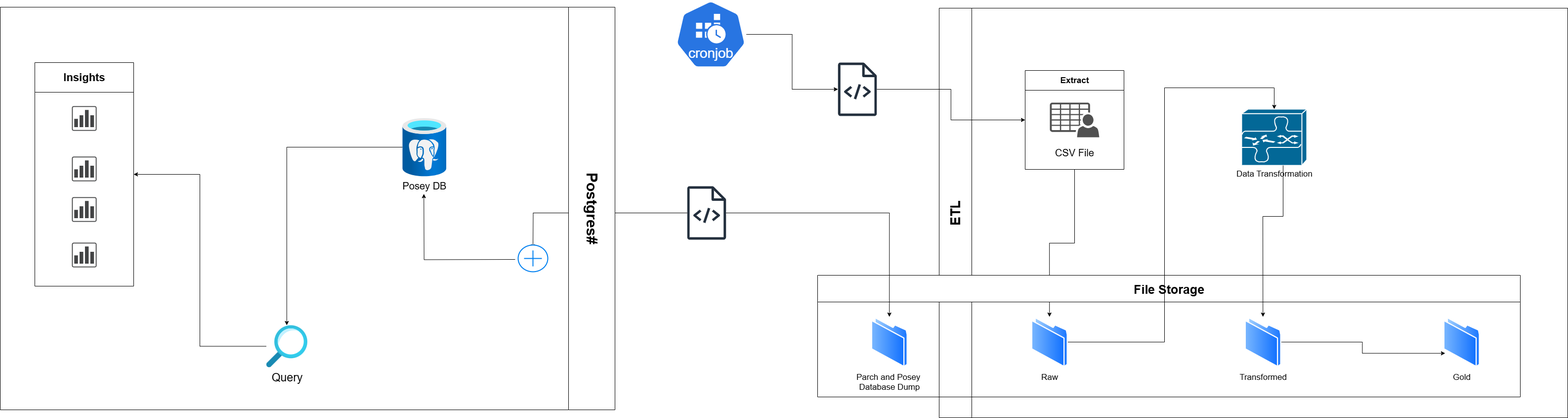
Above: bash-ql/pipeline.drawio.png in chik0di/cde-bootcamp (draw.io), before the change. Source tidied: cells renumbered, new cells last; positions are measured from the earlier drawing's top-left corner, leaving out a move shared by most shapes. The source it was exported from:
```xml
<mxGraphModel>
  <root>
    <mxCell id="0" />
    <mxCell id="1" parent="0" />
    <mxCell id="2" style="edgeStyle=orthogonalEdgeStyle;rounded=0;jettySize=auto;html=1;" parent="1" edge="1" source="3" target="19">
      <mxGeometry relative="1" as="geometry" />
    </mxCell>
    <mxCell id="3" style="sketch=0;html=1;dashed=0;whitespace=wrap;verticalLabelPosition=bottom;verticalAlign=top;fillColor=#2875E2;strokeColor=#ffffff;points=[[0.005,0.63,0],[0.1,0.2,0],[0.9,0.2,0],[0.5,0,0],[0.995,0.63,0],[0.72,0.99,0],[0.5,1,0],[0.28,0.99,0]];shape=mxgraph.kubernetes.icon2;kubernetesLabel=1;prIcon=cronjob;" parent="1" vertex="1">
      <mxGeometry x="1366" width="143.8" height="138" as="geometry" />
    </mxCell>
    <mxCell id="4" value="&lt;font style=&quot;font-size: 27px;&quot;&gt;ETL&lt;/font&gt;" style="swimlane;horizontal=0;whiteSpace=wrap;html=1;startSize=66;" parent="1" vertex="1">
      <mxGeometry x="1900" y="16" width="1272" height="828" as="geometry" />
    </mxCell>
    <mxCell id="5" style="edgeStyle=orthogonalEdgeStyle;rounded=0;jettySize=auto;html=1;entryX=0.5;entryY=0;entryDx=0;entryDy=0;" parent="4" edge="1" source="6" target="11">
      <mxGeometry relative="1" as="geometry" />
    </mxCell>
    <mxCell id="6" value="&lt;font style=&quot;font-size: 17px;&quot;&gt;Extract&lt;/font&gt;" style="swimlane;whiteSpace=wrap;html=1;startSize=40;" parent="4" vertex="1">
      <mxGeometry x="174" y="126" width="200" height="200" as="geometry" />
    </mxCell>
    <mxCell id="7" style="sketch=0;shadow=0;dashed=0;html=1;strokeColor=none;fillColor=#505050;labelPosition=center;verticalLabelPosition=bottom;verticalAlign=top;align=center;shape=mxgraph.office.users.csv_file;" parent="6" vertex="1">
      <mxGeometry x="50" y="65" width="100" height="70" as="geometry" />
    </mxCell>
    <mxCell id="8" value="&lt;font style=&quot;font-size: 20px;&quot;&gt;CSV File&lt;/font&gt;" style="text;html=1;align=center;verticalAlign=middle;whiteSpace=wrap;rounded=0;" parent="6" vertex="1">
      <mxGeometry x="50" y="150" width="100" height="30" as="geometry" />
    </mxCell>
    <mxCell id="9" value="&lt;font style=&quot;font-size: 25px;&quot;&gt;File Storage&lt;/font&gt;" style="swimlane;whiteSpace=wrap;html=1;startSize=54;" parent="4" vertex="1">
      <mxGeometry x="-246" y="540" width="1422" height="246" as="geometry" />
    </mxCell>
    <mxCell id="10" value="&lt;font style=&quot;font-size: 17px;&quot;&gt;Parch and Posey&amp;nbsp;&lt;/font&gt;&lt;div&gt;&lt;font style=&quot;font-size: 17px;&quot;&gt;Database Dump&lt;/font&gt;&lt;/div&gt;" style="image;perimeter=ellipsePerimeter;html=1;align=center;shadow=0;dashed=0;spacingTop=3;image=img/lib/active_directory/folder.svg;" parent="9" vertex="1">
      <mxGeometry x="108" y="84" width="74.5" height="102" as="geometry" />
    </mxCell>
    <mxCell id="11" value="&lt;font style=&quot;font-size: 17px;&quot;&gt;Raw&lt;/font&gt;" style="image;perimeter=ellipsePerimeter;html=1;align=center;shadow=0;dashed=0;spacingTop=3;image=img/lib/active_directory/folder.svg;" parent="4" vertex="1">
      <mxGeometry x="186" y="624" width="74.5" height="102" as="geometry" />
    </mxCell>
    <mxCell id="12" style="edgeStyle=orthogonalEdgeStyle;rounded=0;jettySize=auto;html=1;entryX=0;entryY=0.75;entryDx=0;entryDy=0;" parent="4" edge="1" source="13" target="14">
      <mxGeometry relative="1" as="geometry" />
    </mxCell>
    <mxCell id="13" value="&lt;font style=&quot;font-size: 17px;&quot;&gt;Transformed&lt;/font&gt;" style="image;perimeter=ellipsePerimeter;html=1;align=center;shadow=0;dashed=0;spacingTop=3;image=img/lib/active_directory/folder.svg;" parent="4" vertex="1">
      <mxGeometry x="618" y="624" width="74.5" height="102" as="geometry" />
    </mxCell>
    <mxCell id="14" value="&lt;font style=&quot;font-size: 17px;&quot;&gt;Gold&lt;/font&gt;" style="image;perimeter=ellipsePerimeter;html=1;align=center;shadow=0;dashed=0;spacingTop=3;image=img/lib/active_directory/folder.svg;" parent="4" vertex="1">
      <mxGeometry x="1020" y="624" width="74.5" height="102" as="geometry" />
    </mxCell>
    <mxCell id="15" value="&lt;font style=&quot;font-size: 17px;&quot;&gt;Data Transformation&lt;/font&gt;" style="shape=mxgraph.cisco.misc.transpath;html=1;dashed=0;fillColor=#036897;strokeColor=#ffffff;strokeWidth=2;verticalLabelPosition=bottom;verticalAlign=top;align=center;outlineConnect=0;" parent="4" vertex="1">
      <mxGeometry x="612" y="204" width="132" height="114" as="geometry" />
    </mxCell>
    <mxCell id="16" style="edgeStyle=orthogonalEdgeStyle;rounded=0;jettySize=auto;html=1;" parent="4" edge="1" source="11" target="15">
      <mxGeometry relative="1" as="geometry">
        <Array as="points">
          <mxPoint x="456" y="675" />
          <mxPoint x="456" y="161" />
        </Array>
      </mxGeometry>
    </mxCell>
    <mxCell id="17" style="edgeStyle=orthogonalEdgeStyle;rounded=0;jettySize=auto;html=1;" parent="4" edge="1" source="15" target="13">
      <mxGeometry relative="1" as="geometry">
        <Array as="points">
          <mxPoint x="696" y="421" />
          <mxPoint x="655" y="421" />
        </Array>
      </mxGeometry>
    </mxCell>
    <mxCell id="18" style="edgeStyle=orthogonalEdgeStyle;rounded=0;jettySize=auto;html=1;entryX=0;entryY=0.5;entryDx=0;entryDy=0;" parent="1" edge="1" source="19" target="6">
      <mxGeometry relative="1" as="geometry" />
    </mxCell>
    <mxCell id="19" style="sketch=0;outlineConnect=0;fontColor=#232F3E;gradientColor=none;fillColor=#232F3D;strokeColor=none;dashed=0;verticalLabelPosition=bottom;verticalAlign=top;align=center;html=1;fontSize=12;fontStyle=0;shape=mxgraph.aws4.source_code;" parent="1" vertex="1">
      <mxGeometry x="1695.1" y="126" width="78.9" height="108" as="geometry" />
    </mxCell>
    <mxCell id="20" style="edgeStyle=orthogonalEdgeStyle;rounded=0;jettySize=auto;html=1;entryX=1;entryY=0.5;entryDx=0;entryDy=0;" parent="1" edge="1" source="34" target="32">
      <mxGeometry relative="1" as="geometry" />
    </mxCell>
    <mxCell id="21" style="sketch=0;outlineConnect=0;fontColor=#232F3E;gradientColor=none;fillColor=#232F3D;strokeColor=none;dashed=0;verticalLabelPosition=bottom;verticalAlign=top;align=center;html=1;fontSize=12;fontStyle=0;shape=mxgraph.aws4.source_code;" parent="1" vertex="1">
      <mxGeometry x="1390" y="376" width="78.9" height="108" as="geometry" />
    </mxCell>
    <mxCell id="22" style="edgeStyle=orthogonalEdgeStyle;rounded=0;orthogonalLoop=1;jettySize=auto;html=1;" parent="1" edge="1">
      <mxGeometry relative="1" as="geometry">
        <mxPoint x="1042" y="524" as="sourcePoint" />
        <mxPoint x="857.2" y="391.5" as="targetPoint" />
      </mxGeometry>
    </mxCell>
    <mxCell id="23" style="edgeStyle=orthogonalEdgeStyle;rounded=0;jettySize=auto;html=1;" parent="1" edge="1" source="21">
      <mxGeometry relative="1" as="geometry">
        <mxPoint x="1078" y="502" as="targetPoint" />
      </mxGeometry>
    </mxCell>
    <mxCell id="24" style="edgeStyle=orthogonalEdgeStyle;rounded=0;jettySize=auto;html=1;" parent="1" edge="1" source="21" target="10">
      <mxGeometry relative="1" as="geometry" />
    </mxCell>
    <mxCell id="25" style="sketch=0;shadow=0;dashed=0;html=1;strokeColor=none;fillColor=#434445;labelPosition=center;verticalLabelPosition=bottom;verticalAlign=top;align=center;shape=mxgraph.vvd.vrealize_log_insight;" parent="1" vertex="1">
      <mxGeometry x="145" y="214" width="50" height="50" as="geometry" />
    </mxCell>
    <mxCell id="26" style="sketch=0;shadow=0;dashed=0;html=1;strokeColor=none;fillColor=#434445;labelPosition=center;verticalLabelPosition=bottom;verticalAlign=top;align=center;shape=mxgraph.vvd.vrealize_log_insight;" parent="1" vertex="1">
      <mxGeometry x="145" y="490" width="50" height="50" as="geometry" />
    </mxCell>
    <mxCell id="27" style="sketch=0;shadow=0;dashed=0;html=1;strokeColor=none;fillColor=#434445;labelPosition=center;verticalLabelPosition=bottom;verticalAlign=top;align=center;shape=mxgraph.vvd.vrealize_log_insight;" parent="1" vertex="1">
      <mxGeometry x="145" y="398" width="50" height="50" as="geometry" />
    </mxCell>
    <mxCell id="28" style="sketch=0;shadow=0;dashed=0;html=1;strokeColor=none;fillColor=#434445;labelPosition=center;verticalLabelPosition=bottom;verticalAlign=top;align=center;shape=mxgraph.vvd.vrealize_log_insight;" parent="1" vertex="1">
      <mxGeometry x="145" y="316" width="50" height="50" as="geometry" />
    </mxCell>
    <mxCell id="29" style="edgeStyle=orthogonalEdgeStyle;rounded=0;jettySize=auto;html=1;" parent="1" edge="1" source="30" target="34">
      <mxGeometry relative="1" as="geometry" />
    </mxCell>
    <mxCell id="30" value="&lt;span style=&quot;font-size: 20px;&quot;&gt;Posey DB&lt;/span&gt;" style="image;html=1;points=[];align=center;fontSize=12;image=img/lib/azure2/databases/Azure_Database_PostgreSQL_Server.svg;" parent="1" vertex="1">
      <mxGeometry x="814" y="238" width="88.5" height="118" as="geometry" />
    </mxCell>
    <mxCell id="31" style="html=1;verticalLabelPosition=bottom;align=center;labelBackgroundColor=#ffffff;verticalAlign=top;strokeWidth=2;strokeColor=#0080F0;shadow=0;dashed=0;shape=mxgraph.ios7.icons.add;" parent="1" vertex="1">
      <mxGeometry x="1048" y="494.9" width="60" height="54" as="geometry" />
    </mxCell>
    <mxCell id="32" value="&lt;font style=&quot;font-size: 22px;&quot;&gt;Insights&lt;/font&gt;" style="swimlane;whiteSpace=wrap;html=1;startSize=60;" parent="1" vertex="1">
      <mxGeometry x="70" y="126" width="200" height="452" as="geometry" />
    </mxCell>
    <mxCell id="33" value="&lt;span style=&quot;font-size: 30px;&quot;&gt;Postgres#&lt;/span&gt;" style="swimlane;horizontal=0;whiteSpace=wrap;html=1;rotation=-180;startSize=94;" parent="1" vertex="1">
      <mxGeometry y="14" width="1244" height="814" as="geometry" />
    </mxCell>
    <mxCell id="34" value="&lt;font style=&quot;font-size: 23px;&quot;&gt;Query&lt;/font&gt;" style="image;html=1;points=[];align=center;fontSize=12;image=img/lib/azure2/general/Search.svg;" parent="33" vertex="1">
      <mxGeometry x="538" y="643" width="83.7" height="85" as="geometry" />
    </mxCell>
  </root>
</mxGraphModel>
```
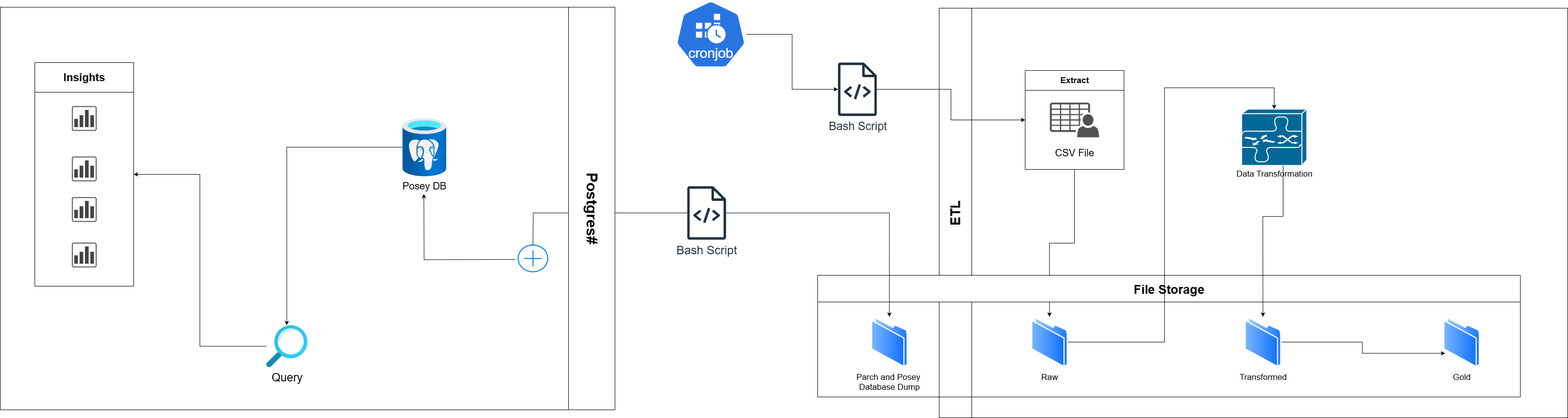
After the change.

Diff of the diagram source:
```diff
@@ -63,13 +63,13 @@
     <mxCell id="18" style="edgeStyle=orthogonalEdgeStyle;rounded=0;jettySize=auto;html=1;entryX=0;entryY=0.5;entryDx=0;entryDy=0;" parent="1" edge="1" source="19" target="6">
       <mxGeometry relative="1" as="geometry" />
     </mxCell>
-    <mxCell id="19" style="sketch=0;outlineConnect=0;fontColor=#232F3E;gradientColor=none;fillColor=#232F3D;strokeColor=none;dashed=0;verticalLabelPosition=bottom;verticalAlign=top;align=center;html=1;fontSize=12;fontStyle=0;shape=mxgraph.aws4.source_code;" parent="1" vertex="1">
+    <mxCell id="19" value="&lt;font style=&quot;font-size: 23px;&quot;&gt;Bash Script&lt;/font&gt;" style="sketch=0;outlineConnect=0;fontColor=#232F3E;gradientColor=none;fillColor=#232F3D;strokeColor=none;dashed=0;verticalLabelPosition=bottom;verticalAlign=top;align=center;html=1;fontSize=12;fontStyle=0;shape=mxgraph.aws4.source_code;" parent="1" vertex="1">
       <mxGeometry x="1695.1" y="126" width="78.9" height="108" as="geometry" />
     </mxCell>
     <mxCell id="20" style="edgeStyle=orthogonalEdgeStyle;rounded=0;jettySize=auto;html=1;entryX=1;entryY=0.5;entryDx=0;entryDy=0;" parent="1" edge="1" source="34" target="32">
       <mxGeometry relative="1" as="geometry" />
     </mxCell>
-    <mxCell id="21" style="sketch=0;outlineConnect=0;fontColor=#232F3E;gradientColor=none;fillColor=#232F3D;strokeColor=none;dashed=0;verticalLabelPosition=bottom;verticalAlign=top;align=center;html=1;fontSize=12;fontStyle=0;shape=mxgraph.aws4.source_code;" parent="1" vertex="1">
+    <mxCell id="21" value="&lt;font style=&quot;font-size: 24px;&quot;&gt;Bash Script&lt;/font&gt;" style="sketch=0;outlineConnect=0;fontColor=#232F3E;gradientColor=none;fillColor=#232F3D;strokeColor=none;dashed=0;verticalLabelPosition=bottom;verticalAlign=top;align=center;html=1;fontSize=12;fontStyle=0;shape=mxgraph.aws4.source_code;" parent="1" vertex="1">
       <mxGeometry x="1390" y="376" width="78.9" height="108" as="geometry" />
     </mxCell>
     <mxCell id="22" style="edgeStyle=orthogonalEdgeStyle;rounded=0;orthogonalLoop=1;jettySize=auto;html=1;" parent="1" edge="1">
```
